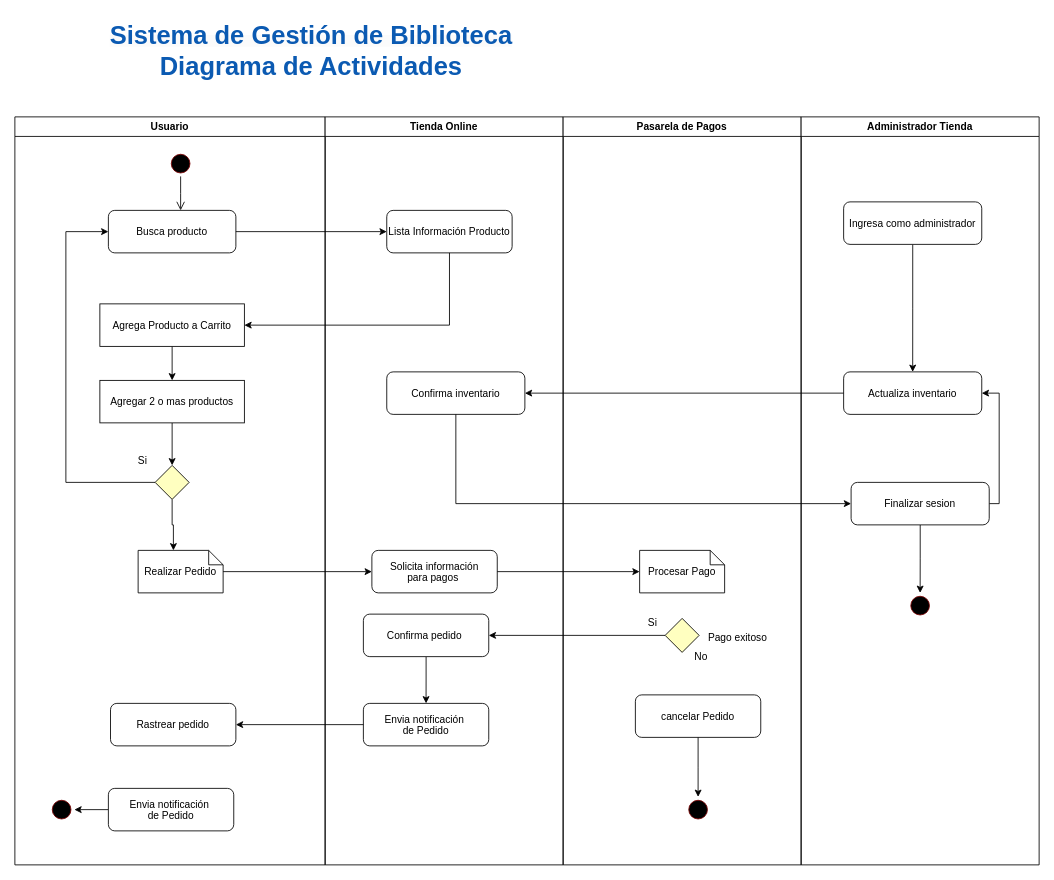
jeacevedo92/Diagramas-Arquitectura keeps this draw.io diagram as page "actividades" (4 of 5) of Comercio-electronico.drawio. Above is the earlier version. Source tidied: cells renumbered, new cells numbered last; positions are measured from the earlier drawing's top-left corner, leaving out a move shared by most shapes. Both pictures are drawn from the tidied source at 85%, with x=0, y=0 at pixel (14, 14).
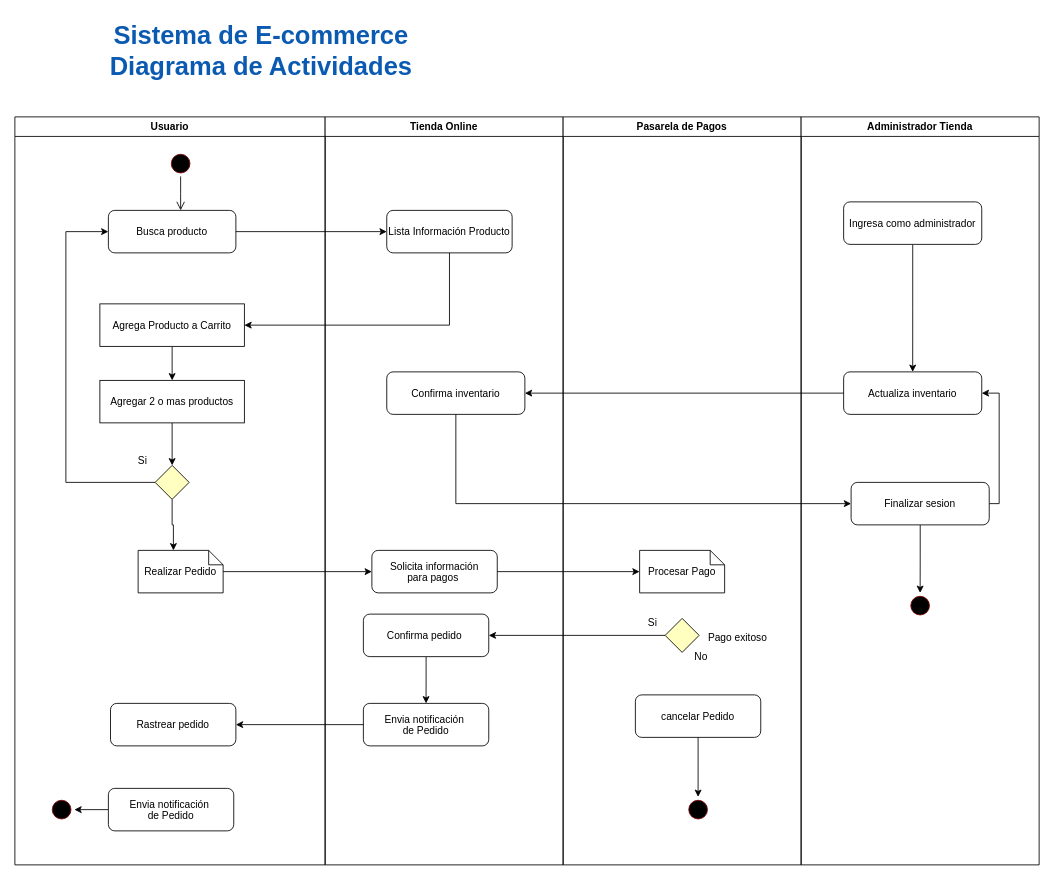
Above is the later version.

Diff of the diagram source:
```diff
@@
-    <mxCell id="2" value="&lt;b style=&quot;forced-color-adjust: none; color: rgb(11, 90, 178); font-family: Helvetica; font-size: 12px; font-style: normal; font-variant-ligatures: no-common-ligatures; font-variant-caps: normal; letter-spacing: normal; orphans: 2; text-align: center; text-indent: 0px; text-transform: none; widows: 2; word-spacing: 0px; -webkit-text-stroke: 0px rgb(0, 0, 0); white-space: normal; background-color: rgb(251, 251, 251); text-decoration-thickness: initial; text-decoration-style: initial; text-decoration-color: initial;&quot;&gt;&lt;font style=&quot;forced-color-adjust: none; font-size: 30px;&quot;&gt;Sistema de Gestión de Biblioteca&lt;/font&gt;&lt;/b&gt;&lt;div style=&quot;text-align: center;&quot;&gt;&lt;font color=&quot;#0b5ab2&quot;&gt;&lt;span style=&quot;font-size: 30px; font-variant-ligatures: no-common-ligatures;&quot;&gt;&lt;b&gt;Diagrama de Actividades&lt;/b&gt;&lt;/span&gt;&lt;/font&gt;&lt;/div&gt;" style="text;whiteSpace=wrap;html=1;" parent="1" vertex="1">
+    <mxCell id="2" value="&lt;div style=&quot;text-align: center;&quot;&gt;&lt;b style=&quot;-webkit-text-stroke-color: rgb(0, 0, 0); color: rgb(11, 90, 178); font-variant-ligatures: no-common-ligatures;&quot;&gt;&lt;font style=&quot;font-size: 30px;&quot;&gt;Sistema de E-commerce&lt;/font&gt;&lt;/b&gt;&lt;/div&gt;&lt;div&gt;&lt;font color=&quot;#0b5ab2&quot;&gt;&lt;span style=&quot;font-size: 30px; font-variant-ligatures: no-common-ligatures;&quot;&gt;&lt;b&gt;Diagrama de Actividades&lt;/b&gt;&lt;/span&gt;&lt;/font&gt;&lt;/div&gt;" style="text;whiteSpace=wrap;html=1;" parent="1" vertex="1">
       <mxGeometry x="110" width="510" height="60" as="geometry" />
     </mxCell>
```
